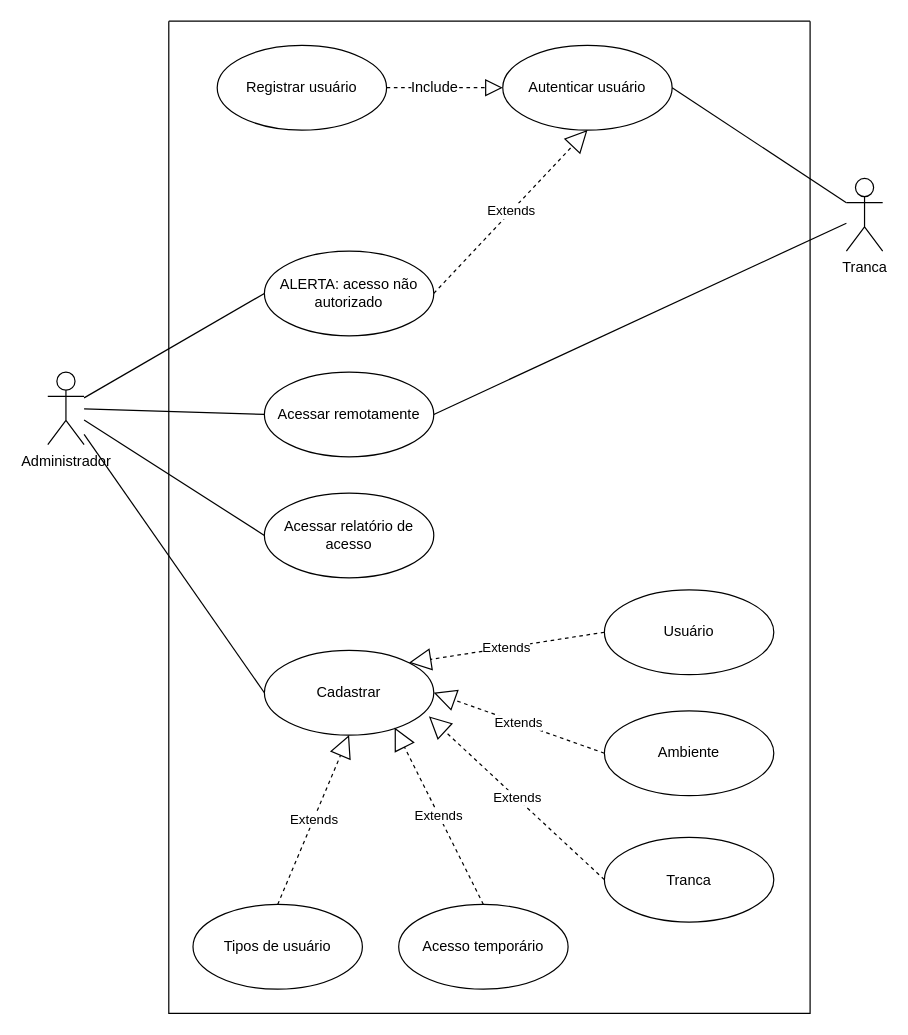
Above: diagramas/Diagrama de caso de uso.drawio in thiagobonfim0310/SmartLock (draw.io), before the change. Source tidied: cells renumbered, new cells numbered last; positions are measured from the earlier drawing's top-left corner, leaving out a move shared by most shapes. Both pictures are drawn from the tidied source at 121%, with x=0, y=0 at pixel (47, 21).
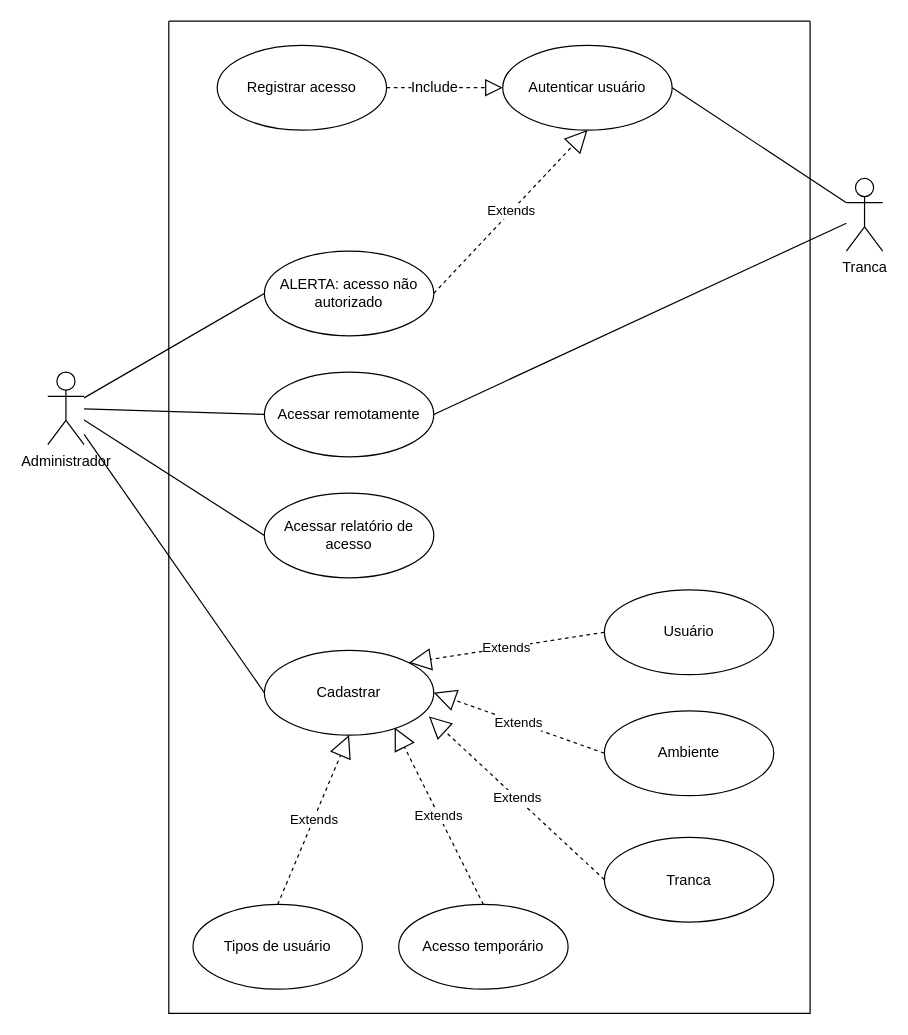
The same diagram, later.

Commit message:
Ajuste na nomeclatura de um caso de uso do diagrama

The edit, as a diff of the source:
```diff
@@
-    <mxCell id="8" value="Registrar usuário" style="ellipse;whiteSpace=wrap;html=1;" parent="1" vertex="1">
+    <mxCell id="8" value="Registrar acesso" style="ellipse;whiteSpace=wrap;html=1;" parent="1" vertex="1">
       <mxGeometry x="140" y="20" width="140" height="70" as="geometry" />
     </mxCell>
```
